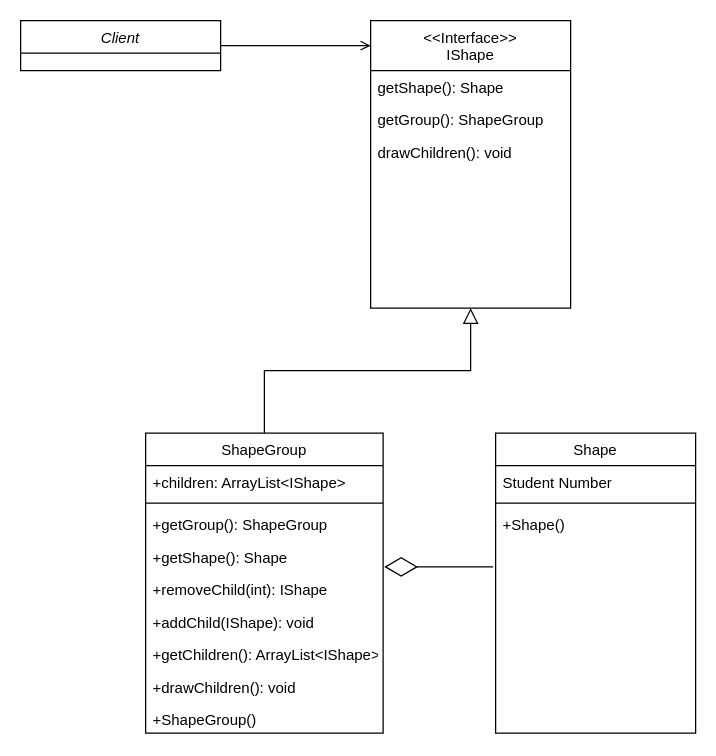
This is CompositePattern2.drawio from mikeharris-github/SE450-JPaint, a draw.io file, before an edit. Source tidied: cells renumbered, new cells numbered last; positions are measured from the earlier drawing's top-left corner, leaving out a move shared by most shapes. Both pictures are drawn from the tidied source at 125%, with x=0, y=0 at pixel (20, 20).
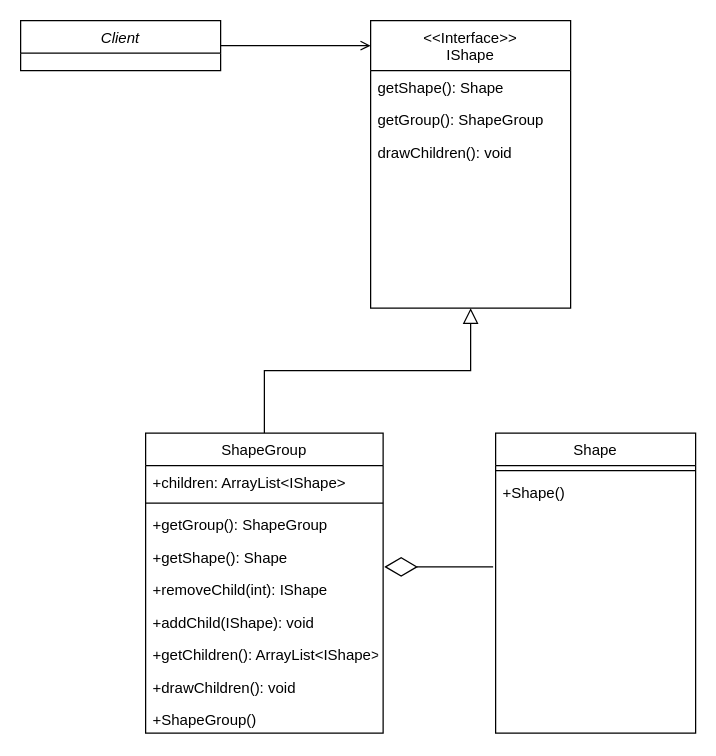
The same diagram, later.

The change refers to these unchanged cells:
```xml
<mxCell id="18" value="Shape" style="swimlane;fontStyle=0;align=center;verticalAlign=top;horizontal=1;startSize=26;rounded=0;shadow=0;strokeWidth=1;" parent="1" vertex="1">
  <mxGeometry x="380" y="330" width="160" height="240" as="geometry" />
</mxCell>
```

The edit, as a diff of the source:
```diff
@@
-    <mxCell id="19" value="Student Number" style="text;align=left;verticalAlign=top;spacingLeft=4;spacingRight=4;overflow=hidden;" parent="18" vertex="1">
-      <mxGeometry y="26" width="160" height="26" as="geometry" />
-    </mxCell>
     <mxCell id="20" style="line;html=1;strokeWidth=1;align=left;verticalAlign=middle;spacingTop=-1;spacingLeft=3;spacingRight=3;labelPosition=right;" parent="18" vertex="1">
-      <mxGeometry y="52" width="160" height="8" as="geometry" />
+      <mxGeometry y="26" width="160" height="8" as="geometry" />
     </mxCell>
     <mxCell id="21" value="+Shape()" style="text;align=left;verticalAlign=top;spacingLeft=4;spacingRight=4;overflow=hidden;fontStyle=0;" parent="18" vertex="1">
-      <mxGeometry y="60" width="160" height="26" as="geometry" />
+      <mxGeometry y="34" width="160" height="26" as="geometry" />
     </mxCell>
```
